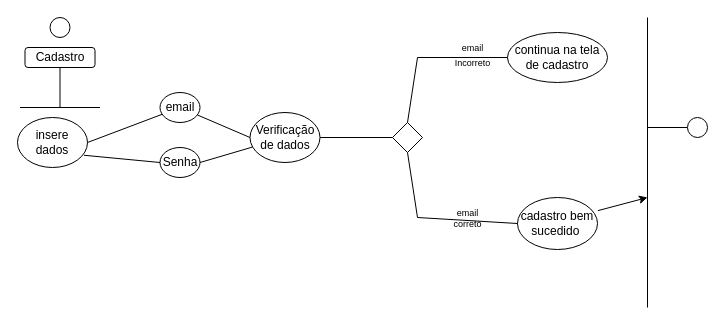
Above: diagramas/sequencia.drawio in mvitoriasuz/PI-ArrecadaAraras (draw.io), before the change. Source tidied: cells renumbered, new cells numbered last; positions are measured from the earlier drawing's top-left corner, leaving out a move shared by most shapes. Both pictures are drawn from the tidied source at 100%, with x=0, y=0 at pixel (17, 17).
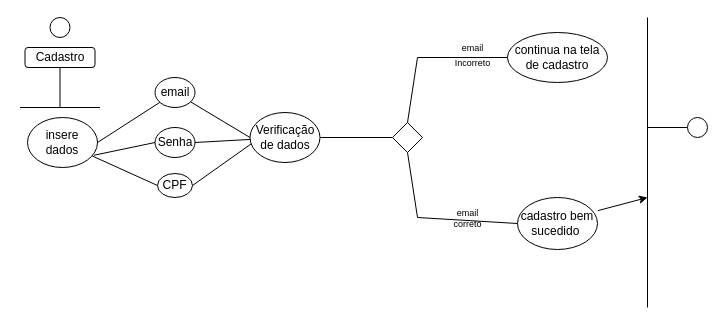
After the change.

Commit message (it also covers changes not shown here):
Att. Diagramas

The change refers to these unchanged cells:
```xml
<mxCell id="13" value="Verificação de dados" style="ellipse;whiteSpace=wrap;html=1;" parent="1" vertex="1">
  <mxGeometry x="232.5" y="95" width="70" height="50" as="geometry" />
</mxCell>
```

What changed in the source:
```diff
@@
     <mxCell id="5" value="insere dados" style="ellipse;whiteSpace=wrap;html=1;" parent="1" vertex="1">
-      <mxGeometry y="100" width="70" height="50" as="geometry" />
+      <mxGeometry x="10" y="100" width="70" height="50" as="geometry" />
     </mxCell>
@@
     <mxCell id="7" value="email" style="ellipse;whiteSpace=wrap;html=1;" parent="1" vertex="1">
-      <mxGeometry x="142.5" y="75" width="40" height="30" as="geometry" />
+      <mxGeometry x="137.5" y="60" width="40" height="30" as="geometry" />
     </mxCell>
     <mxCell id="8" value="Senha" style="ellipse;whiteSpace=wrap;html=1;" parent="1" vertex="1">
-      <mxGeometry x="142.5" y="130" width="40" height="30" as="geometry" />
+      <mxGeometry x="137.5" y="110" width="40" height="30" as="geometry" />
     </mxCell>
@@
+    <mxCell id="30" value="CPF" style="ellipse;whiteSpace=wrap;html=1;" parent="1" vertex="1">
+      <mxGeometry x="140" y="156" width="35" height="24" as="geometry" />
+    </mxCell>
+    <mxCell id="31" style="endArrow=none;html=1;rounded=0;entryX=0;entryY=0.5;entryDx=0;entryDy=0;" parent="1" edge="1" source="5" target="30">
+      <mxGeometry relative="1" as="geometry" />
+    </mxCell>
+    <mxCell id="32" style="endArrow=none;html=1;rounded=0;exitX=1;exitY=0.5;exitDx=0;exitDy=0;entryX=0.017;entryY=0.627;entryDx=0;entryDy=0;entryPerimeter=0;" parent="1" edge="1" source="30" target="13">
+      <mxGeometry relative="1" as="geometry" />
+    </mxCell>
```
